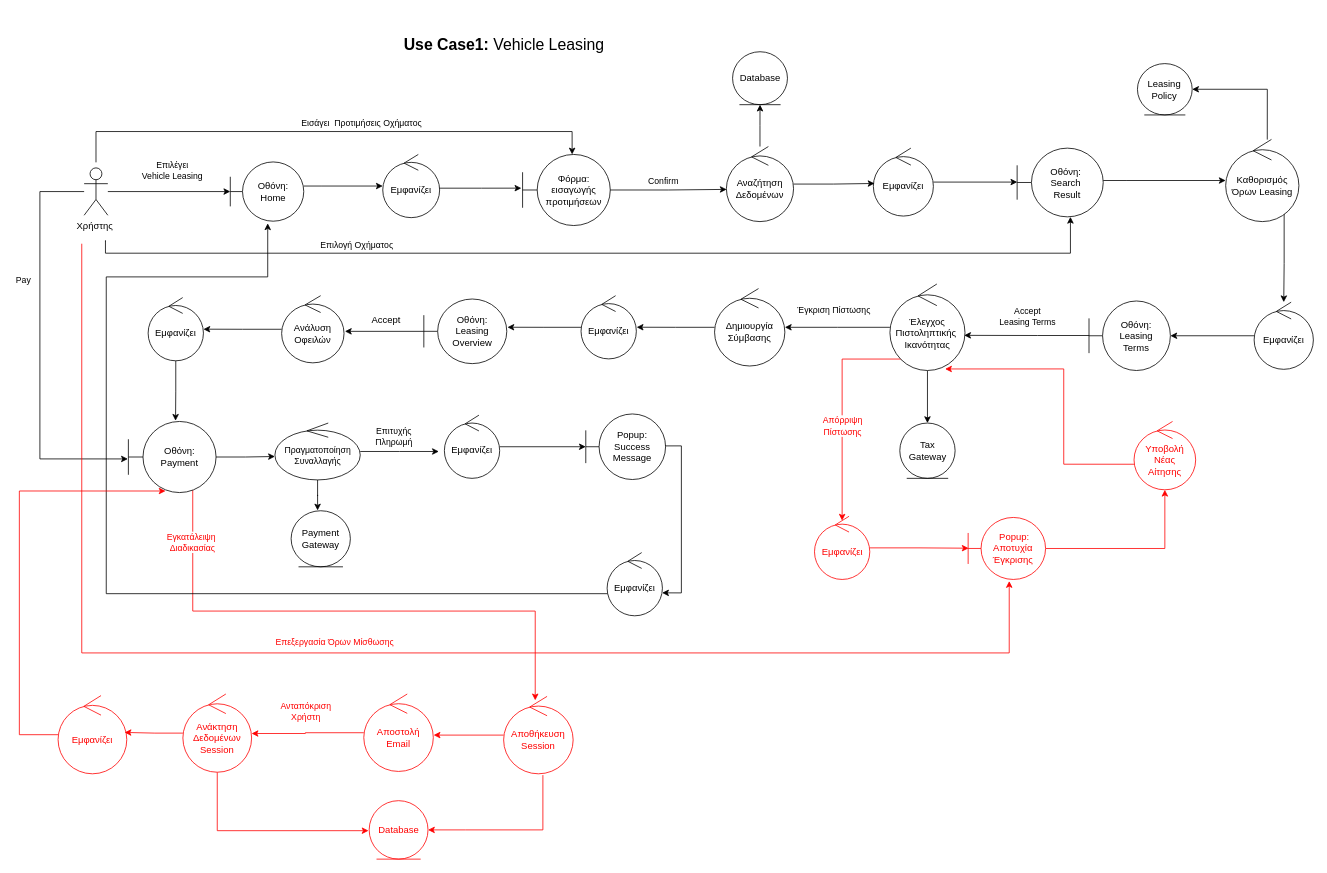
Before: page "Use Case 1: Robustness Car Leasing" (1 of 9) of drawio/Robustness.drawio in ChristineGi/LeaseIt, a draw.io diagram. Source tidied: cells renumbered, new cells numbered last; positions are measured from the earlier drawing's top-left corner, leaving out a move shared by most shapes. Both pictures are drawn from the tidied source at 79%, with x=0, y=0 at pixel (19, 13).
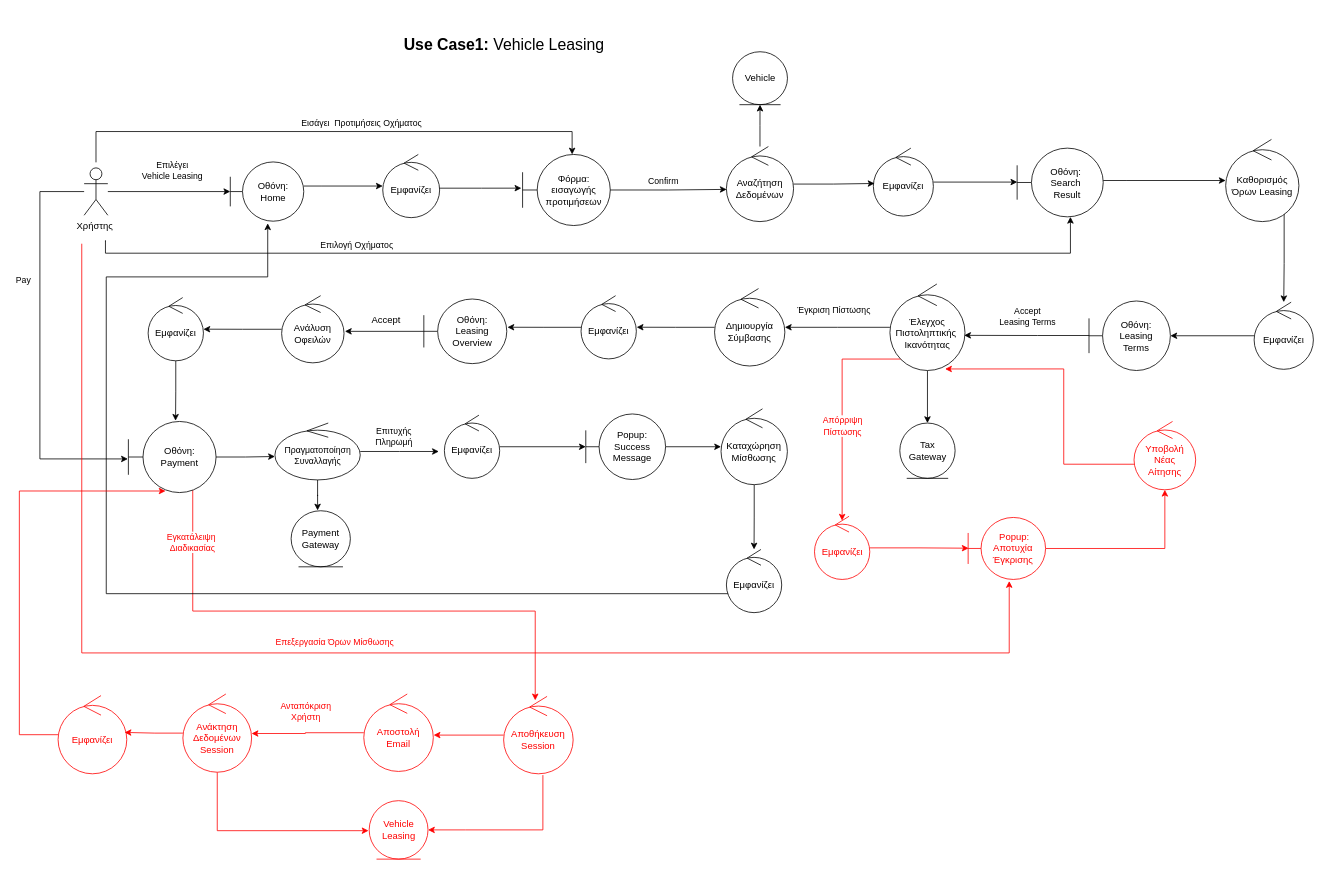
The same page after the edit.

Unchanged cells that the change refers to:
```xml
<mxCell id="20" value="Καθορισμός Όρων Leasing" style="ellipse;shape=umlControl;whiteSpace=wrap;html=1;" parent="1" vertex="1">
  <mxGeometry x="1527" y="159" width="92.7" height="104" as="geometry" />
</mxCell>
<mxCell id="54" value="Popup:&lt;div&gt;Success&lt;/div&gt;&lt;div&gt;Message&lt;/div&gt;" style="shape=umlBoundary;whiteSpace=wrap;html=1;" parent="1" vertex="1">
  <mxGeometry x="717" y="506.5" width="101" height="83" as="geometry" />
</mxCell>
```

Diff of the diagram source:
```diff
@@
-    <mxCell id="10" value="&lt;div&gt;Database&lt;/div&gt;" style="ellipse;shape=umlEntity;whiteSpace=wrap;html=1;" parent="1" vertex="1">
+    <mxCell id="10" value="&lt;div&gt;Vehicle&lt;/div&gt;" style="ellipse;shape=umlEntity;whiteSpace=wrap;html=1;" parent="1" vertex="1">
       <mxGeometry x="902.8" y="48" width="69.5" height="67" as="geometry" />
     </mxCell>
@@
-    <mxCell id="18" style="edgeStyle=orthogonalEdgeStyle;rounded=0;jettySize=auto;html=1;entryX=1;entryY=0.5;entryDx=0;entryDy=0;exitX=0.568;exitY=0.002;exitDx=0;exitDy=0;exitPerimeter=0;" parent="1" edge="1" source="20" target="26">
-      <mxGeometry relative="1" as="geometry" />
-    </mxCell>
@@
-    <mxCell id="26" value="Leasing&lt;div&gt;Policy&lt;/div&gt;" style="ellipse;shape=umlEntity;whiteSpace=wrap;html=1;" parent="1" vertex="1">
-      <mxGeometry x="1415.3" y="63" width="69.3" height="65" as="geometry" />
-    </mxCell>
@@
+    <mxCell id="87" style="edgeStyle=orthogonalEdgeStyle;rounded=0;jettySize=auto;html=1;" parent="1" edge="1" source="54" target="89">
+      <mxGeometry relative="1" as="geometry" />
+    </mxCell>
@@
     <mxCell id="56" value="Εμφανίζει" style="ellipse;shape=umlControl;whiteSpace=wrap;html=1;" parent="1" vertex="1">
-      <mxGeometry x="744" y="682" width="70" height="80" as="geometry" />
+      <mxGeometry x="895" y="678" width="70" height="80" as="geometry" />
     </mxCell>
@@
-    <mxCell id="72" value="&lt;font color=&quot;#ff0000&quot;&gt;Database&lt;/font&gt;" style="ellipse;shape=umlEntity;whiteSpace=wrap;html=1;strokeColor=#FF0000;" parent="1" vertex="1">
+    <mxCell id="72" value="&lt;font color=&quot;#ff0000&quot;&gt;Vehicle&lt;/font&gt;&lt;div&gt;&lt;font color=&quot;#ff0000&quot;&gt;Leasing&lt;/font&gt;&lt;/div&gt;" style="ellipse;shape=umlEntity;whiteSpace=wrap;html=1;strokeColor=#FF0000;" parent="1" vertex="1">
       <mxGeometry x="442.8" y="996" width="74.5" height="74" as="geometry" />
     </mxCell>
@@
-    <mxCell id="85" style="edgeStyle=orthogonalEdgeStyle;rounded=0;jettySize=auto;html=1;entryX=0.995;entryY=0.637;entryDx=0;entryDy=0;entryPerimeter=0;exitX=0.995;exitY=0.487;exitDx=0;exitDy=0;exitPerimeter=0;" parent="1" edge="1" source="54" target="56">
-      <mxGeometry relative="1" as="geometry" />
-    </mxCell>
@@
+    <mxCell id="88" style="edgeStyle=orthogonalEdgeStyle;rounded=0;jettySize=auto;html=1;" parent="1" edge="1" source="89" target="56">
+      <mxGeometry relative="1" as="geometry" />
+    </mxCell>
+    <mxCell id="89" value="Καταχώρηση&lt;div&gt;Μίσθωσης&lt;/div&gt;" style="ellipse;shape=umlControl;whiteSpace=wrap;html=1;" parent="1" vertex="1">
+      <mxGeometry x="888.2" y="500" width="84" height="96" as="geometry" />
+    </mxCell>
```
